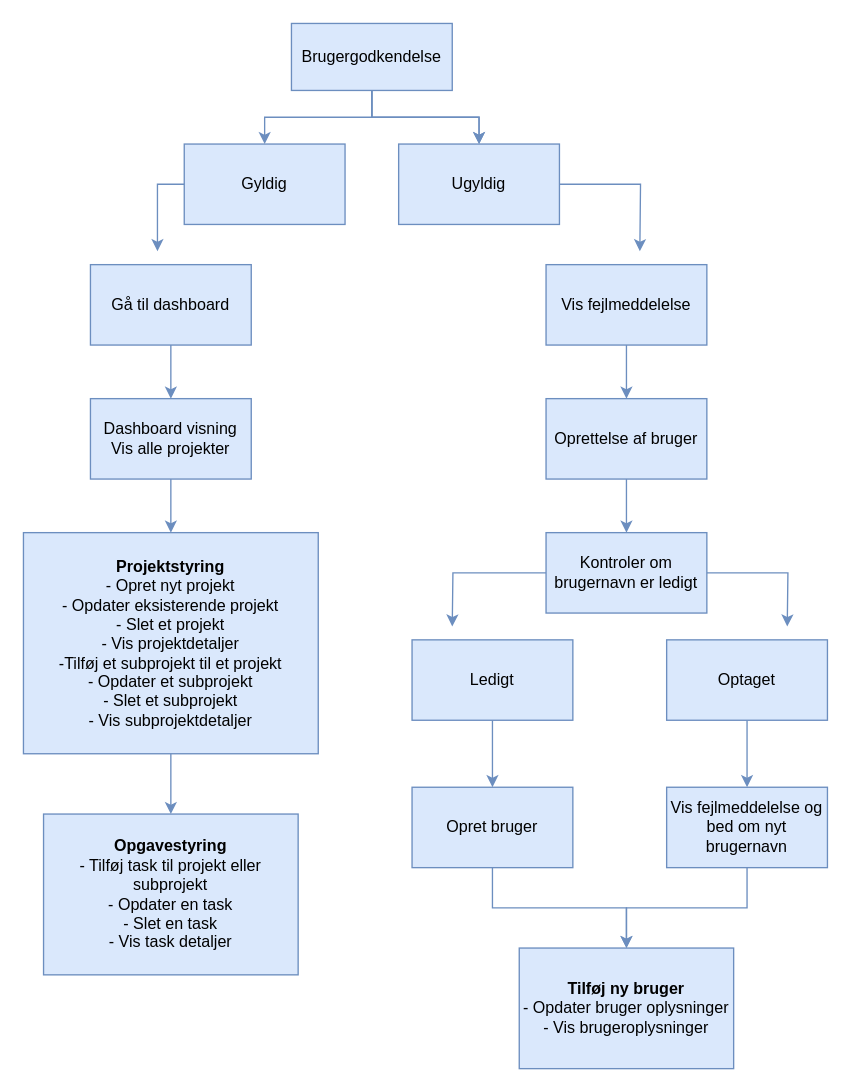
Above: docs/Untitled Diagram.drawio in SarahKiil/AlphaSolutionsEksamen (draw.io), before the change. Source tidied: cells renumbered, new cells numbered last; positions are measured from the earlier drawing's top-left corner, leaving out a move shared by most shapes. Both pictures are drawn from the tidied source at 134%, with x=0, y=0 at pixel (23, 23).
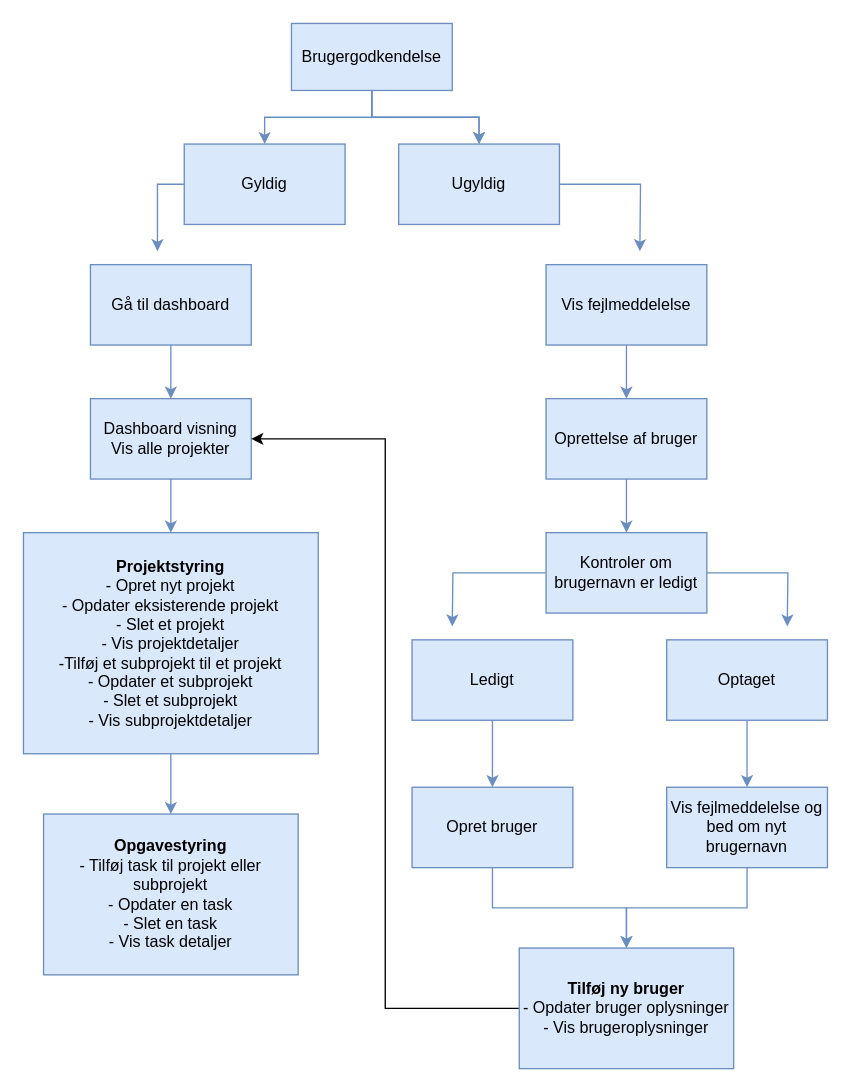
Above is the later version.

Unchanged cells that the change refers to:
```xml
<mxCell id="15" value="Dashboard visning&lt;div&gt;Vis alle projekter&lt;/div&gt;" style="rounded=0;whiteSpace=wrap;html=1;fillColor=#dae8fc;strokeColor=#6c8ebf;" parent="1" vertex="1">
  <mxGeometry x="50" y="280" width="120" height="60" as="geometry" />
</mxCell>
<mxCell id="32" value="&lt;div&gt;&lt;b&gt;Tilføj ny bruger&lt;/b&gt;&lt;/div&gt;&lt;div&gt;- Opdater bruger oplysninger&lt;/div&gt;&lt;div&gt;- Vis brugeroplysninger&lt;/div&gt;" style="rounded=0;whiteSpace=wrap;html=1;fillColor=#dae8fc;strokeColor=#6c8ebf;" parent="1" vertex="1">
  <mxGeometry x="370" y="690" width="160" height="90" as="geometry" />
</mxCell>
```

What changed in the source:
```diff
@@
+    <mxCell id="33" style="edgeStyle=orthogonalEdgeStyle;rounded=0;jettySize=auto;html=1;exitX=0;exitY=0.5;exitDx=0;exitDy=0;entryX=1;entryY=0.5;entryDx=0;entryDy=0;" parent="1" edge="1" source="32" target="15">
+      <mxGeometry relative="1" as="geometry" />
+    </mxCell>
```
